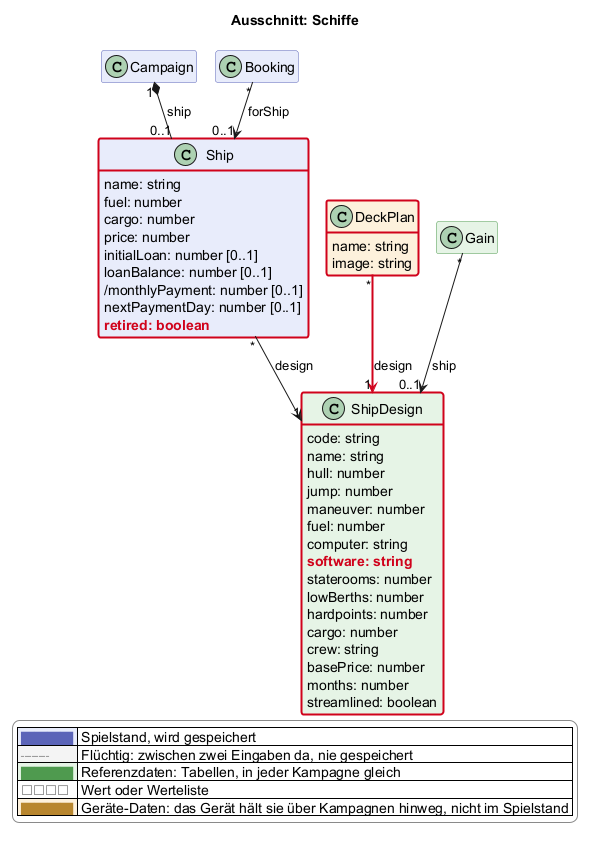
scuzzar/SRE keeps this PlantUML diagram as docs/views/schiffe.png. Above is the earlier version. Source of this version:
```plantuml
@startuml
!if %not(%variable_exists("$change"))
!$change = "*"
!endif
!function $marked($c)
!return $change == "*" || $change == $c
!endfunction
!function $new($c, $t)
!if $marked($c)
!return "<color:#d0021b><b>" + $t + "</b></color>"
!endif
!return $t
!endfunction
!procedure $gone($c, $t)
!if $marked($c)
<color:#d0021b><s>$t</s></color>
!endif
!endprocedure
!function $newClass($c)
!if $marked($c)
!return "#line:d0021b;line.bold"
!endif
!return ""
!endfunction
!function $newArrow($c)
!if $marked($c)
!return "[#d0021b,bold]"
!endif
!return ""
!endfunction
!function $goneArrow($c)
!if $marked($c)
!return "[#d0021b,dashed]"
!endif
!return ""
!endfunction
!pragma layout smetana
title Ausschnitt: Schiffe
hide empty members
hide methods
skinparam classAttributeIconSize 0
skinparam shadowing false
skinparam packageStyle rectangle
skinparam class {
  BackgroundColor #e8ecfb
  BorderColor #5b64b8
  BackgroundColor<<transient>> #f4f4f4
  BorderColor<<transient>> #8a8a8a
  BackgroundColor<<reference>> #e6f4e6
  BorderColor<<reference>> #4f9a4f
  BackgroundColor<<value>> #ffffff
  BorderColor<<value>> #8a8a8a
  BackgroundColor<<browser>> #fdf1dc
  BorderColor<<browser>> #b8862e
}
skinparam legendBackgroundColor #ffffff
skinparam legendBorderColor #8a8a8a
<style>
classDiagram {
  class {
    .transient {
      LineStyle 5-3
    }
  }
}
</style>
hide <<transient>> stereotype
hide <<reference>> stereotype
hide <<value>> stereotype
hide <<browser>> stereotype

  class Campaign $kampagne
  class Booking $shop

  class Ship $schiffe {
    name: string
    fuel: number
    cargo: number
    price: number
    initialLoan: number [0..1]
    loanBalance: number [0..1]
    /monthlyPayment: number [0..1]
    nextPaymentDay: number [0..1]
    $new("2026-11-16b", "retired: boolean")
  }
  class ShipDesign <<reference>> $schiffe {
    code: string
    name: string
    hull: number
    jump: number
    maneuver: number
    fuel: number
    computer: string
    $new("2026-11-16b", "software: string")
    staterooms: number
    lowBerths: number
    hardpoints: number
    cargo: number
    crew: string
    basePrice: number
    months: number
    streamlined: boolean
  }
  class DeckPlan <<browser>> $schiffe $newClass("2026-11-16b") {
    name: string
    image: string
  }






  class Gain <<reference>> $erschaffung


Campaign "1" *-- "0..1" Ship : ship
Ship "*" --> "1" ShipDesign : design
Booking "*" --> "0..1" Ship : forShip
Gain "*" --> "0..1" ShipDesign : ship
DeckPlan "*" -$newArrow("2026-11-16b")-> "1" ShipDesign : design













legend right
  |<#e8ecfb> <color:#5b64b8>████</color> | Spielstand, wird gespeichert |
  |<#f4f4f4> <color:#8a8a8a>╌╌╌╌</color> | Flüchtig: zwischen zwei Eingaben da, nie gespeichert |
  |<#e6f4e6> <color:#4f9a4f>████</color> | Referenzdaten: Tabellen, in jeder Kampagne gleich |
  |<#ffffff> <color:#8a8a8a>□□□□</color> | Wert oder Werteliste |
  |<#fdf1dc> <color:#b8862e>████</color> | Geräte-Daten: das Gerät hält sie über Kampagnen hinweg, nicht im Spielstand |
endlegend
class Ship #line:d0021b;line.bold
class ShipDesign #line:d0021b;line.bold
@enduml
```
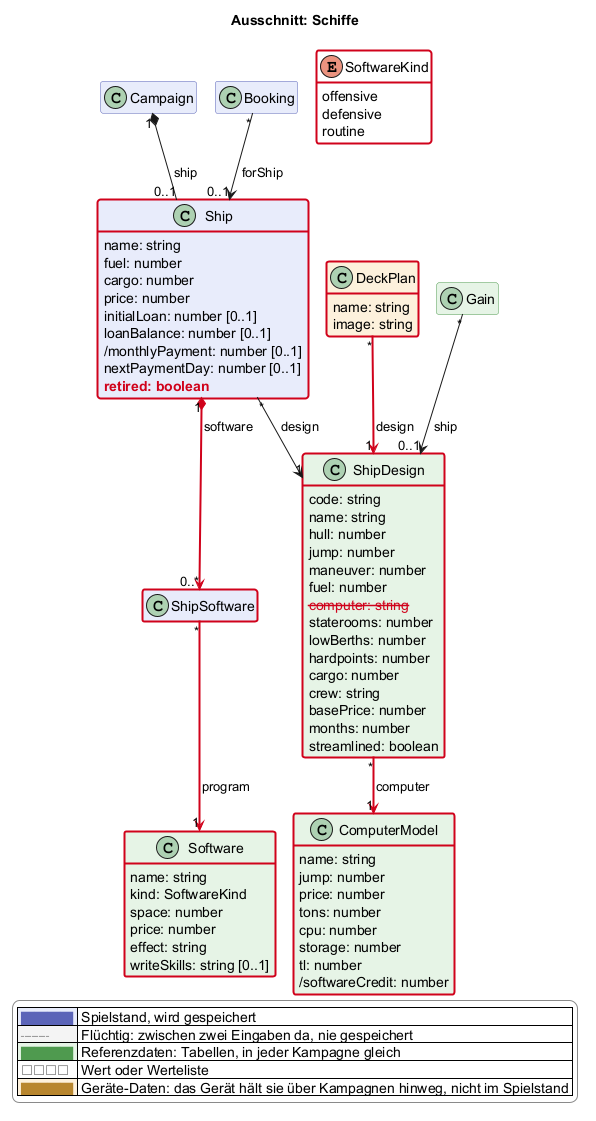
After the commit.

Commit message:
Schiffe: Software, Rechner und Bordsoftware statt Textfeld (Änderung 2026-11-16b)

What changed in the source:
```diff
@@ -83,6 +83,8 @@
     nextPaymentDay: number [0..1]
     $new("2026-11-16b", "retired: boolean")
   }
+  class ShipSoftware $schiffe $newClass("2026-11-16b") {
+  }
   class ShipDesign <<reference>> $schiffe {
     code: string
     name: string
@@ -90,8 +92,7 @@
     jump: number
     maneuver: number
     fuel: number
-    computer: string
-    $new("2026-11-16b", "software: string")
+    $gone("2026-11-16b", "computer: string")
     staterooms: number
     lowBerths: number
     hardpoints: number
@@ -100,6 +101,29 @@
     basePrice: number
     months: number
     streamlined: boolean
+  }
+  class ComputerModel <<reference>> $schiffe $newClass("2026-11-16b") {
+    name: string
+    jump: number
+    price: number
+    tons: number
+    cpu: number
+    storage: number
+    tl: number
+    /softwareCredit: number
+  }
+  class Software <<reference>> $schiffe $newClass("2026-11-16b") {
+    name: string
+    kind: SoftwareKind
+    space: number
+    price: number
+    effect: string
+    writeSkills: string [0..1]
+  }
+  enum SoftwareKind <<value>> $schiffe $newClass("2026-11-16b") {
+    offensive
+    defensive
+    routine
   }
   class DeckPlan <<browser>> $schiffe $newClass("2026-11-16b") {
     name: string
@@ -116,6 +140,9 @@
 
 Campaign "1" *-- "0..1" Ship : ship
 Ship "*" --> "1" ShipDesign : design
+Ship "1" *-$newArrow("2026-11-16b")-> "0..*" ShipSoftware : software
+ShipSoftware "*" -$newArrow("2026-11-16b")-> "1" Software : program
+ShipDesign "*" -$newArrow("2026-11-16b")-> "1" ComputerModel : computer
 Booking "*" --> "0..1" Ship : forShip
 Gain "*" --> "0..1" ShipDesign : ship
 DeckPlan "*" -$newArrow("2026-11-16b")-> "1" ShipDesign : design
```
